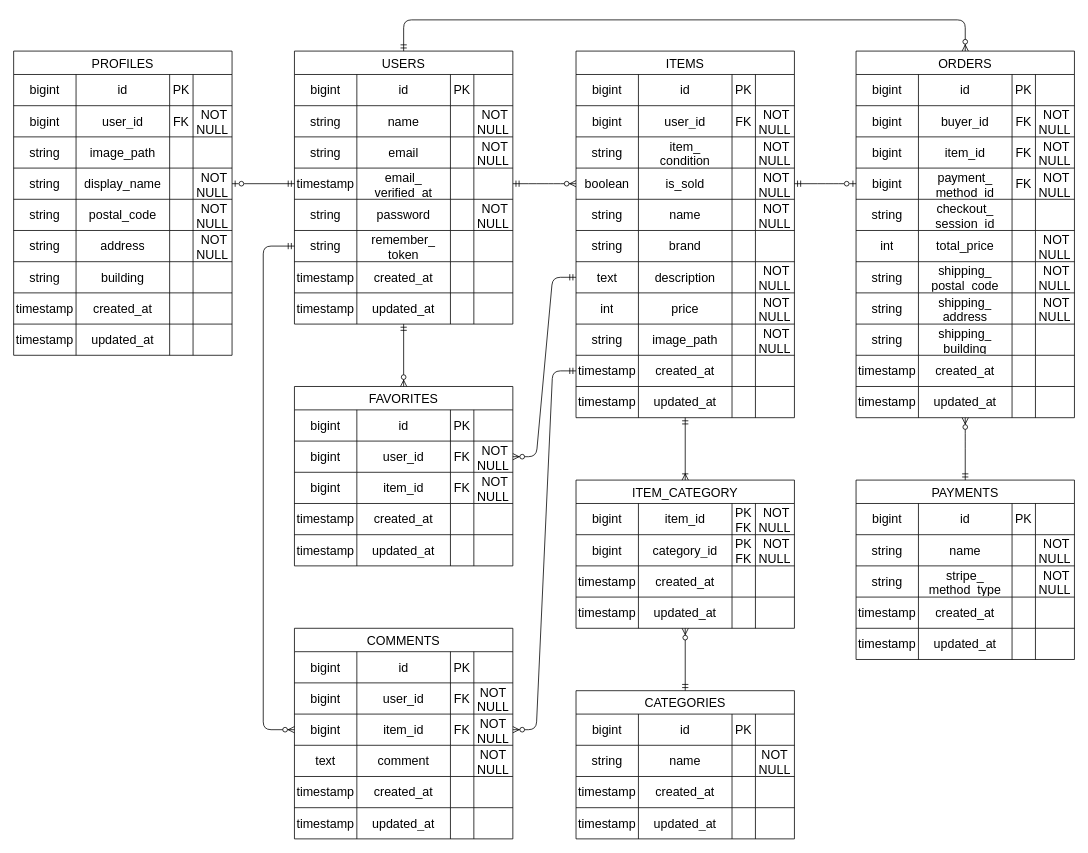
Above: er.drawio in nekomajin-1017/exam-frema (draw.io), before the change. Source tidied: cells renumbered, new cells numbered last; positions are measured from the earlier drawing's top-left corner, leaving out a move shared by most shapes. Both pictures are drawn from the tidied source at 78%, with x=0, y=0 at pixel (13, 20).
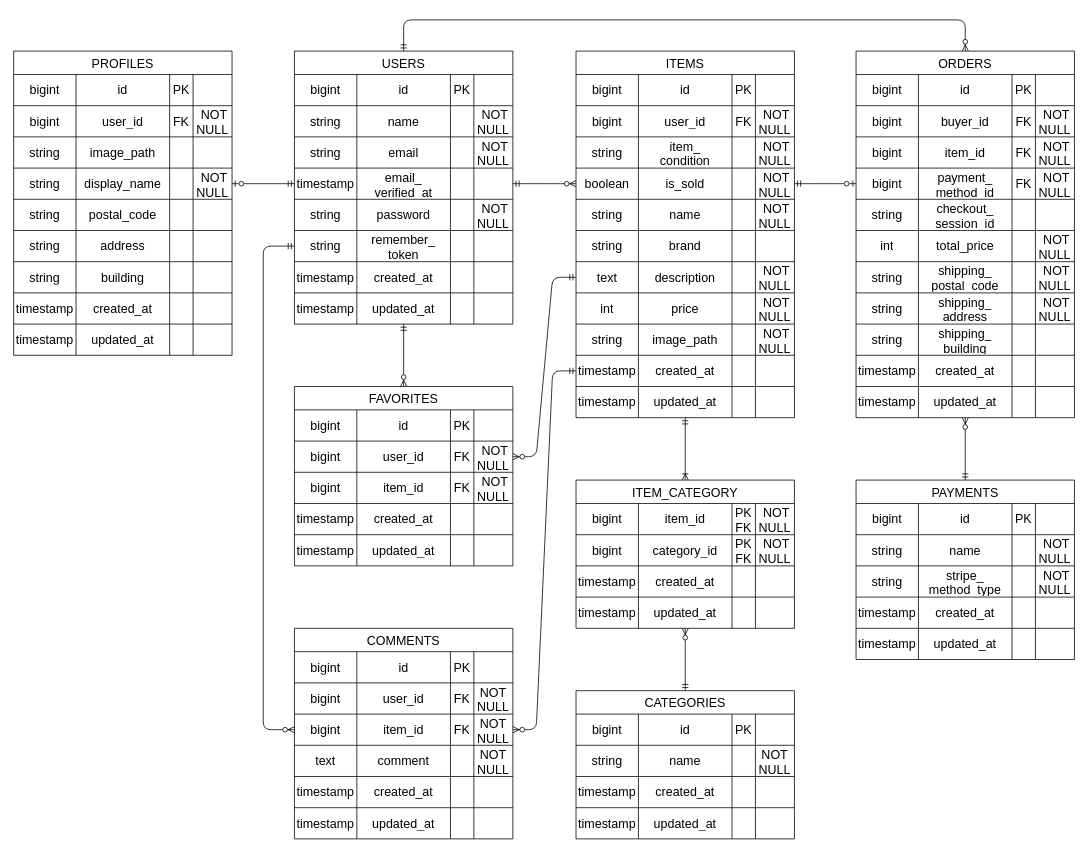
After the change.

Unchanged cells that the change refers to:
```xml
<mxCell id="23" style="shape=tableRow;horizontal=0;startSize=0;swimlaneHead=0;swimlaneBody=0;strokeColor=inherit;top=0;left=0;bottom=0;right=0;fillColor=none;fontSize=16;" parent="2" vertex="1">
  <mxGeometry y="190" width="280" height="40" as="geometry" />
</mxCell>
<mxCell id="28" style="shape=tableRow;horizontal=0;startSize=0;swimlaneHead=0;swimlaneBody=0;strokeColor=inherit;top=0;left=0;bottom=0;right=0;fillColor=none;fontSize=16;" parent="2" vertex="1">
  <mxGeometry y="230" width="280" height="40" as="geometry" />
</mxCell>
```

The edit, as a diff of the source:
```diff
@@
-    <mxCell id="27" value="&lt;span style=&quot;color: rgb(0, 0, 0);&quot;&gt;&amp;nbsp;NOT&lt;/span&gt;&lt;br style=&quot;color: rgb(63, 63, 63); scrollbar-color: rgb(226, 226, 226) rgb(251, 251, 251);&quot;&gt;&lt;span style=&quot;color: rgb(0, 0, 0);&quot;&gt;NULL&lt;/span&gt;" style="shape=partialRectangle;html=1;whiteSpace=wrap;strokeColor=inherit;overflow=hidden;fillColor=none;top=0;left=0;bottom=0;right=0;fontSize=16;" parent="23" vertex="1">
+    <mxCell id="27" style="shape=partialRectangle;html=1;whiteSpace=wrap;strokeColor=inherit;overflow=hidden;fillColor=none;top=0;left=0;bottom=0;right=0;fontSize=16;" parent="23" vertex="1">
       <mxGeometry x="230" width="50" height="40" as="geometry" />
     </mxCell>
@@
-    <mxCell id="32" value="&lt;span style=&quot;color: rgb(0, 0, 0);&quot;&gt;&amp;nbsp;NOT&lt;/span&gt;&lt;br style=&quot;color: rgb(63, 63, 63); scrollbar-color: rgb(226, 226, 226) rgb(251, 251, 251);&quot;&gt;&lt;span style=&quot;color: rgb(0, 0, 0);&quot;&gt;NULL&lt;/span&gt;" style="shape=partialRectangle;html=1;whiteSpace=wrap;strokeColor=inherit;overflow=hidden;fillColor=none;top=0;left=0;bottom=0;right=0;fontSize=16;" parent="28" vertex="1">
+    <mxCell id="32" style="shape=partialRectangle;html=1;whiteSpace=wrap;strokeColor=inherit;overflow=hidden;fillColor=none;top=0;left=0;bottom=0;right=0;fontSize=16;" parent="28" vertex="1">
       <mxGeometry x="230" width="50" height="40" as="geometry" />
     </mxCell>
```
